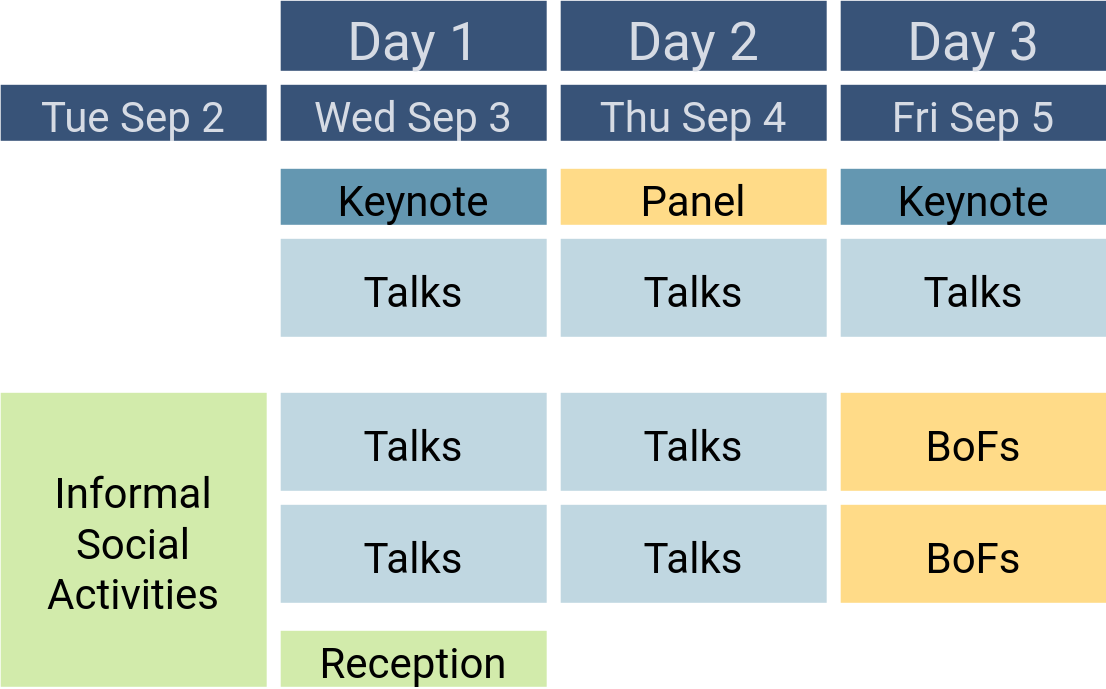
The draw.io diagram images/summit/program-at-a-glance-2025.drawio.svg in seL4/website, before a commit. Source tidied: cells renumbered, new cells last; positions are measured from the earlier drawing's top-left corner, leaving out a move shared by most shapes.
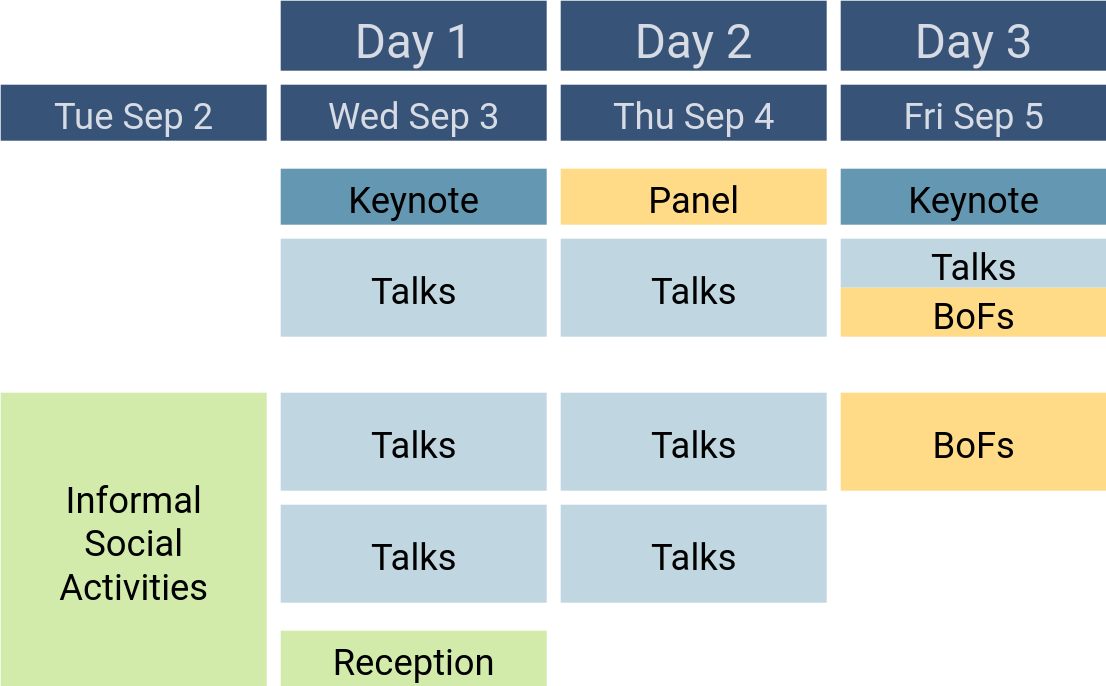
The same file after the commit.

Commit message:
update summit 2025 program (#492)

What changed in the source:
```diff
@@ -2,67 +2,67 @@
   <root>
     <mxCell id="0" />
     <mxCell id="1" parent="0" />
-    <mxCell id="2" value="Keynote" style="rounded=0;fillColor=light-dark(#6497B1,#447995);fontFamily=roboto;fontStyle=0;fontSize=30;strokeColor=none;" parent="1" vertex="1">
+    <mxCell id="2" value="Keynote" style="rounded=0;fillColor=light-dark(#6497B1,#447995);fontFamily=roboto;fontStyle=0;fontSize=26;strokeColor=none;" parent="1" vertex="1">
       <mxGeometry x="200" y="120" width="190" height="40" as="geometry" />
     </mxCell>
-    <mxCell id="3" value="Talks" style="rounded=0;fillColor=light-dark(#C0D7E1,#94BBCC);fontFamily=roboto;fontStyle=0;fontSize=30;strokeColor=none;" parent="1" vertex="1">
+    <mxCell id="3" value="Talks" style="rounded=0;fillColor=light-dark(#C0D7E1,#94BBCC);fontFamily=roboto;fontStyle=0;fontSize=26;strokeColor=none;" parent="1" vertex="1">
       <mxGeometry x="200" y="170" width="190" height="70" as="geometry" />
     </mxCell>
-    <mxCell id="4" value="Panel" style="rounded=0;fillColor=light-dark(#FFDB88,#FFCA5F);fontFamily=roboto;fontStyle=0;fontSize=30;strokeColor=none;" parent="1" vertex="1">
+    <mxCell id="4" value="Panel" style="rounded=0;fillColor=light-dark(#FFDB88,#FFCA5F);fontFamily=roboto;fontStyle=0;fontSize=26;strokeColor=none;" parent="1" vertex="1">
       <mxGeometry x="400" y="120" width="190" height="40" as="geometry" />
     </mxCell>
-    <mxCell id="5" value="Talks" style="rounded=0;fillColor=light-dark(#C0D7E1,#94BBCC);fontFamily=roboto;fontStyle=0;fontSize=30;strokeColor=none;" parent="1" vertex="1">
+    <mxCell id="5" value="Talks" style="rounded=0;fillColor=light-dark(#C0D7E1,#94BBCC);fontFamily=roboto;fontStyle=0;fontSize=26;strokeColor=none;" parent="1" vertex="1">
       <mxGeometry x="200" y="280" width="190" height="70" as="geometry" />
     </mxCell>
-    <mxCell id="6" value="Talks" style="rounded=0;fillColor=light-dark(#C0D7E1,#94BBCC);fontFamily=roboto;fontStyle=0;fontSize=30;strokeColor=none;" parent="1" vertex="1">
+    <mxCell id="6" value="Talks" style="rounded=0;fillColor=light-dark(#C0D7E1,#94BBCC);fontFamily=roboto;fontStyle=0;fontSize=26;strokeColor=none;" parent="1" vertex="1">
       <mxGeometry x="200" y="360" width="190" height="70" as="geometry" />
     </mxCell>
-    <mxCell id="7" value="Reception" style="rounded=0;fillColor=light-dark(#D2EBAB,#96CA50);fontFamily=roboto;fontStyle=0;fontSize=30;strokeColor=none;" parent="1" vertex="1">
+    <mxCell id="7" value="Reception" style="rounded=0;fillColor=light-dark(#D2EBAB,#96CA50);fontFamily=roboto;fontStyle=0;fontSize=26;strokeColor=none;" parent="1" vertex="1">
       <mxGeometry x="200" y="450" width="190" height="40" as="geometry" />
     </mxCell>
-    <mxCell id="8" value="Talks" style="rounded=0;fillColor=light-dark(#C0D7E1,#94BBCC);fontFamily=roboto;fontStyle=0;fontSize=30;strokeColor=none;" parent="1" vertex="1">
+    <mxCell id="8" value="Talks" style="rounded=0;fillColor=light-dark(#C0D7E1,#94BBCC);fontFamily=roboto;fontStyle=0;fontSize=26;strokeColor=none;" parent="1" vertex="1">
       <mxGeometry x="400" y="280" width="190" height="70" as="geometry" />
     </mxCell>
-    <mxCell id="9" value="Talks" style="rounded=0;fillColor=light-dark(#C0D7E1,#94BBCC);fontFamily=roboto;fontStyle=0;fontSize=30;strokeColor=none;" parent="1" vertex="1">
+    <mxCell id="9" value="Talks" style="rounded=0;fillColor=light-dark(#C0D7E1,#94BBCC);fontFamily=roboto;fontStyle=0;fontSize=26;strokeColor=none;" parent="1" vertex="1">
       <mxGeometry x="400" y="360" width="190" height="70" as="geometry" />
     </mxCell>
-    <mxCell id="10" value="Talks" style="rounded=0;fillColor=light-dark(#C0D7E1,#94BBCC);fontFamily=roboto;fontStyle=0;fontSize=30;strokeColor=none;" parent="1" vertex="1">
+    <mxCell id="10" value="Talks" style="rounded=0;fillColor=light-dark(#C0D7E1,#94BBCC);fontFamily=roboto;fontStyle=0;fontSize=26;strokeColor=none;" parent="1" vertex="1">
       <mxGeometry x="400" y="170" width="190" height="70" as="geometry" />
     </mxCell>
-    <mxCell id="11" value="Talks" style="rounded=0;fillColor=light-dark(#C0D7E1,#94BBCC);fontFamily=roboto;fontStyle=0;fontSize=30;strokeColor=none;" parent="1" vertex="1">
-      <mxGeometry x="600" y="170" width="190" height="70" as="geometry" />
+    <mxCell id="11" value="Talks" style="rounded=0;fillColor=light-dark(#C0D7E1,#94BBCC);fontFamily=roboto;fontStyle=0;fontSize=26;strokeColor=none;imageAspect=1;" parent="1" vertex="1">
+      <mxGeometry x="600" y="170" width="190" height="35" as="geometry" />
     </mxCell>
-    <mxCell id="12" value="BoFs" style="rounded=0;fillColor=light-dark(#FFDB88,#FFCA5F);fontFamily=roboto;fontStyle=0;fontSize=30;strokeColor=none;" parent="1" vertex="1">
+    <mxCell id="12" value="BoFs" style="rounded=0;fillColor=light-dark(#FFDB88,#FFCA5F);fontFamily=roboto;fontStyle=0;fontSize=26;strokeColor=none;" parent="1" vertex="1">
       <mxGeometry x="600" y="280" width="190" height="70" as="geometry" />
     </mxCell>
-    <mxCell id="13" value="BoFs" style="rounded=0;fillColor=light-dark(#FFDB88,#FFCA5F);fontFamily=roboto;fontStyle=0;fontSize=30;strokeColor=none;" parent="1" vertex="1">
-      <mxGeometry x="600" y="360" width="190" height="70" as="geometry" />
+    <mxCell id="13" value="BoFs" style="rounded=0;fillColor=light-dark(#FFDB88,#FFCA5F);fontFamily=roboto;fontStyle=0;fontSize=26;strokeColor=none;" parent="1" vertex="1">
+      <mxGeometry x="600" y="205" width="190" height="35" as="geometry" />
     </mxCell>
-    <mxCell id="14" value="Wed Sep 3" style="rounded=0;fillColor=light-dark(#385378,#385378);fontFamily=roboto;fontStyle=0;fontSize=30;fontColor=light-dark(#d6dbe4, #ededed);strokeColor=none;" parent="1" vertex="1">
+    <mxCell id="14" value="Wed Sep 3" style="rounded=0;fillColor=light-dark(#385378,#385378);fontFamily=roboto;fontStyle=0;fontSize=26;fontColor=light-dark(#d6dbe4, #ededed);strokeColor=none;" parent="1" vertex="1">
       <mxGeometry x="200" y="60" width="190" height="40" as="geometry" />
     </mxCell>
-    <mxCell id="15" value="Tue Sep 2" style="rounded=0;fillColor=light-dark(#385378,#385378);fontFamily=roboto;fontStyle=0;fontSize=30;fontColor=light-dark(#d6dbe4, #ededed);strokeColor=none;" parent="1" vertex="1">
+    <mxCell id="15" value="Tue Sep 2" style="rounded=0;fillColor=light-dark(#385378,#385378);fontFamily=roboto;fontStyle=0;fontSize=26;fontColor=light-dark(#d6dbe4, #ededed);strokeColor=none;" parent="1" vertex="1">
       <mxGeometry y="60" width="190" height="40" as="geometry" />
     </mxCell>
-    <mxCell id="16" value="Thu Sep 4" style="rounded=0;fillColor=light-dark(#385378,#385378);fontFamily=roboto;fontStyle=0;fontSize=30;fontColor=light-dark(#d6dbe4, #ededed);strokeColor=none;" parent="1" vertex="1">
+    <mxCell id="16" value="Thu Sep 4" style="rounded=0;fillColor=light-dark(#385378,#385378);fontFamily=roboto;fontStyle=0;fontSize=26;fontColor=light-dark(#d6dbe4, #ededed);strokeColor=none;" parent="1" vertex="1">
       <mxGeometry x="400" y="60" width="190" height="40" as="geometry" />
     </mxCell>
-    <mxCell id="17" value="Fri Sep 5" style="rounded=0;fillColor=light-dark(#385378,#385378);fontFamily=roboto;fontStyle=0;fontSize=30;fontColor=light-dark(#d6dbe4, #ededed);strokeColor=none;" parent="1" vertex="1">
+    <mxCell id="17" value="Fri Sep 5" style="rounded=0;fillColor=light-dark(#385378,#385378);fontFamily=roboto;fontStyle=0;fontSize=26;fontColor=light-dark(#d6dbe4, #ededed);strokeColor=none;" parent="1" vertex="1">
       <mxGeometry x="600" y="60" width="190" height="40" as="geometry" />
     </mxCell>
-    <mxCell id="18" value="Informal&#10;Social&#10;Activities" style="rounded=0;fillColor=light-dark(#D2EBAB,#96CA50);fontFamily=roboto;fontStyle=0;fontSize=30;strokeColor=none;" parent="1" vertex="1">
+    <mxCell id="18" value="Informal&#10;Social&#10;Activities" style="rounded=0;fillColor=light-dark(#D2EBAB,#96CA50);fontFamily=roboto;fontStyle=0;fontSize=26;strokeColor=none;" parent="1" vertex="1">
       <mxGeometry y="280" width="190" height="210" as="geometry" />
     </mxCell>
-    <mxCell id="19" value="Keynote" style="rounded=0;fillColor=light-dark(#6497B1,#447995);fontFamily=roboto;fontStyle=0;fontSize=30;strokeColor=none;" parent="1" vertex="1">
+    <mxCell id="19" value="Keynote" style="rounded=0;fillColor=light-dark(#6497B1,#447995);fontFamily=roboto;fontStyle=0;fontSize=26;strokeColor=none;" parent="1" vertex="1">
       <mxGeometry x="600" y="120" width="190" height="40" as="geometry" />
     </mxCell>
-    <mxCell id="20" value="Day 1" style="rounded=0;fillColor=light-dark(#385378,#385378);fontFamily=roboto;fontStyle=0;fontSize=38;fontColor=light-dark(#d6dbe4, #ededed);strokeColor=none;" parent="1" vertex="1">
+    <mxCell id="20" value="Day 1" style="rounded=0;fillColor=light-dark(#385378,#385378);fontFamily=roboto;fontStyle=0;fontSize=34;fontColor=light-dark(#d6dbe4, #ededed);strokeColor=none;" parent="1" vertex="1">
       <mxGeometry x="200" width="190" height="50" as="geometry" />
     </mxCell>
-    <mxCell id="21" value="Day 2" style="rounded=0;fillColor=light-dark(#385378,#385378);fontFamily=roboto;fontStyle=0;fontSize=38;fontColor=light-dark(#d6dbe4, #ededed);strokeColor=none;" parent="1" vertex="1">
+    <mxCell id="21" value="Day 2" style="rounded=0;fillColor=light-dark(#385378,#385378);fontFamily=roboto;fontStyle=0;fontSize=34;fontColor=light-dark(#d6dbe4, #ededed);strokeColor=none;" parent="1" vertex="1">
       <mxGeometry x="400" width="190" height="50" as="geometry" />
     </mxCell>
-    <mxCell id="22" value="Day 3" style="rounded=0;fillColor=light-dark(#385378,#385378);fontFamily=roboto;fontStyle=0;fontSize=38;fontColor=light-dark(#d6dbe4, #ededed);strokeColor=none;" parent="1" vertex="1">
+    <mxCell id="22" value="Day 3" style="rounded=0;fillColor=light-dark(#385378,#385378);fontFamily=roboto;fontStyle=0;fontSize=34;fontColor=light-dark(#d6dbe4, #ededed);strokeColor=none;" parent="1" vertex="1">
       <mxGeometry x="600" width="190" height="50" as="geometry" />
     </mxCell>
   </root>
```
